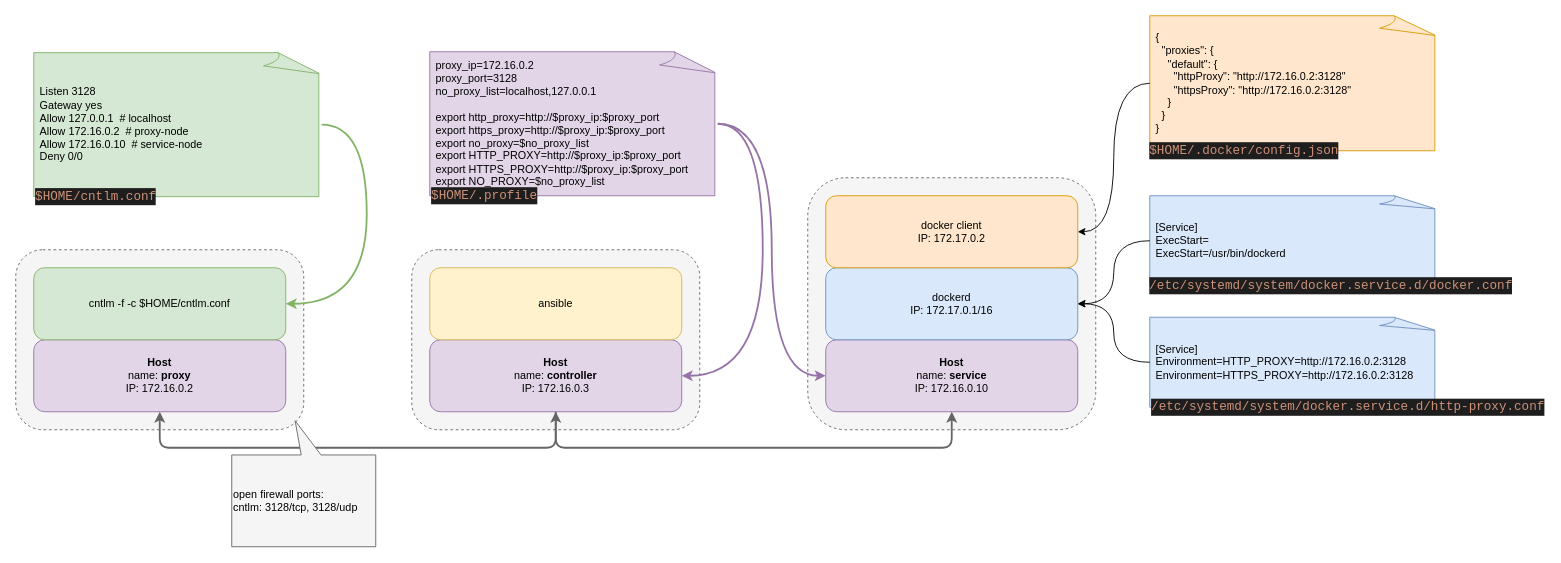
Earlier version of the draw.io diagram docs/ProxyConfiguration.drawio (greenthegarden/ansible-proxy-test). Source tidied: cells renumbered, new cells numbered last; positions are measured from the earlier drawing's top-left corner, leaving out a move shared by most shapes. Both pictures are drawn from the tidied source at 90%, with x=0, y=0 at pixel (15, 15).
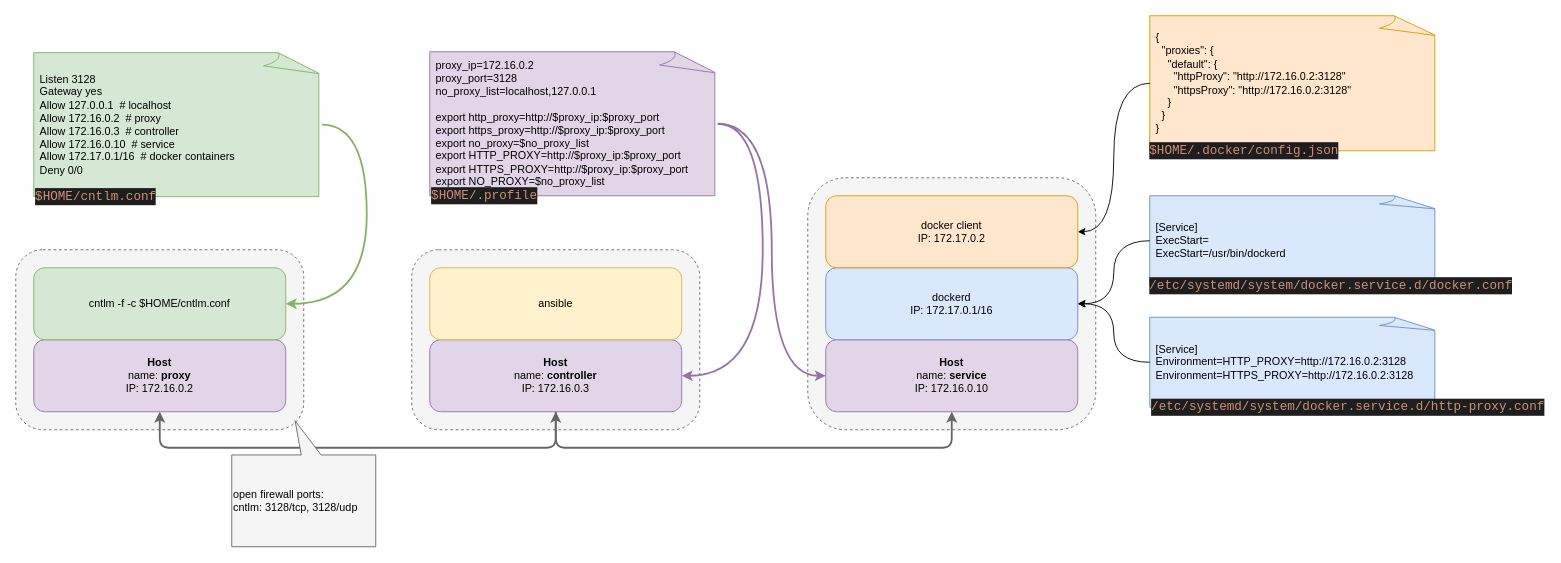
The same diagram, later.

Commit message (it also covers changes not shown here):
fixed errors in diagram

The change refers to these unchanged cells:
```xml
<mxCell id="19" style="group;" parent="18" vertex="1">
  <mxGeometry x="20" y="41" width="320" height="170" as="geometry" />
</mxCell>
```

The edit, as a diff of the source:
```diff
@@
-    <mxCell id="20" value="Listen 3128&lt;br&gt;Gateway yes&lt;br&gt;Allow 127.0.0.1&amp;nbsp; # localhost&lt;br&gt;Allow 172.16.0.2&amp;nbsp; # proxy-node&lt;br&gt;Allow 172.16.0.10&amp;nbsp; # service-node&lt;br&gt;Deny 0/0" style="whiteSpace=wrap;html=1;shape=mxgraph.basic.document;align=left;spacingLeft=5;fillColor=#d5e8d4;strokeColor=#82b366;" parent="19" vertex="1">
+    <mxCell id="20" value="Listen 3128&lt;br&gt;Gateway yes&lt;br&gt;Allow 127.0.0.1&amp;nbsp; # localhost&lt;br&gt;Allow 172.16.0.2&amp;nbsp; # proxy&lt;br&gt;Allow 172.16.0.3&amp;nbsp; # controller&lt;br&gt;Allow 172.16.0.10&amp;nbsp; # service&lt;br&gt;Allow 172.17.0.1/16&amp;nbsp; # docker containers&lt;br&gt;Deny 0/0" style="whiteSpace=wrap;html=1;shape=mxgraph.basic.document;align=left;spacingLeft=5;fillColor=#d5e8d4;strokeColor=#82b366;" parent="19" vertex="1">
       <mxGeometry width="320" height="160" as="geometry" />
     </mxCell>
```
